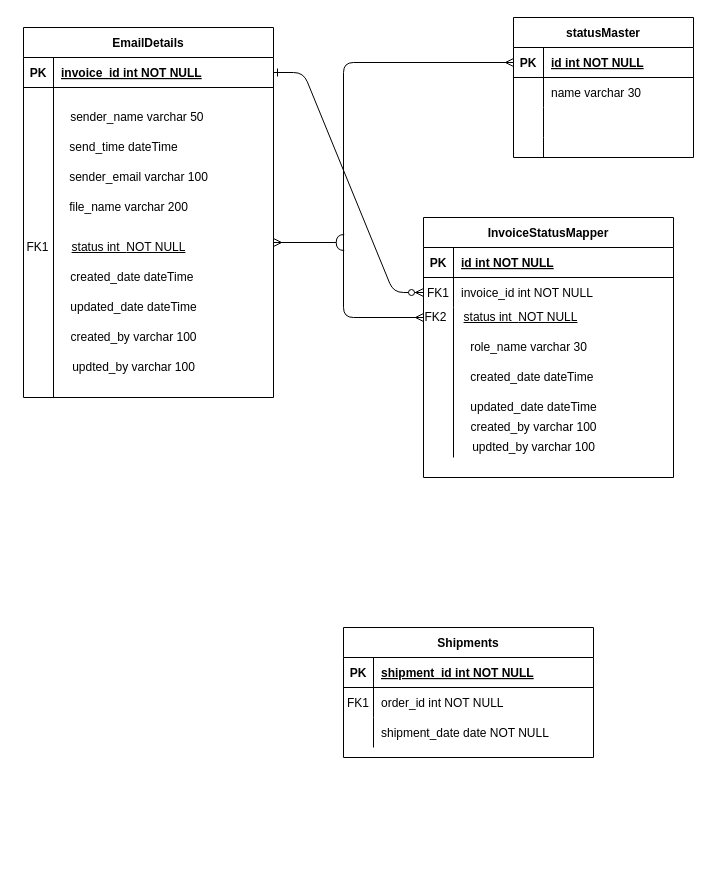
Earlier version of the draw.io diagram Invoice management/Invoice Management Database Architecture.drawio (pratikdimble/Diagram). Source tidied: cells renumbered, new cells numbered last; positions are measured from the earlier drawing's top-left corner, leaving out a move shared by most shapes. Both pictures are drawn from the tidied source at 100%, with x=0, y=0 at pixel (17, 17).
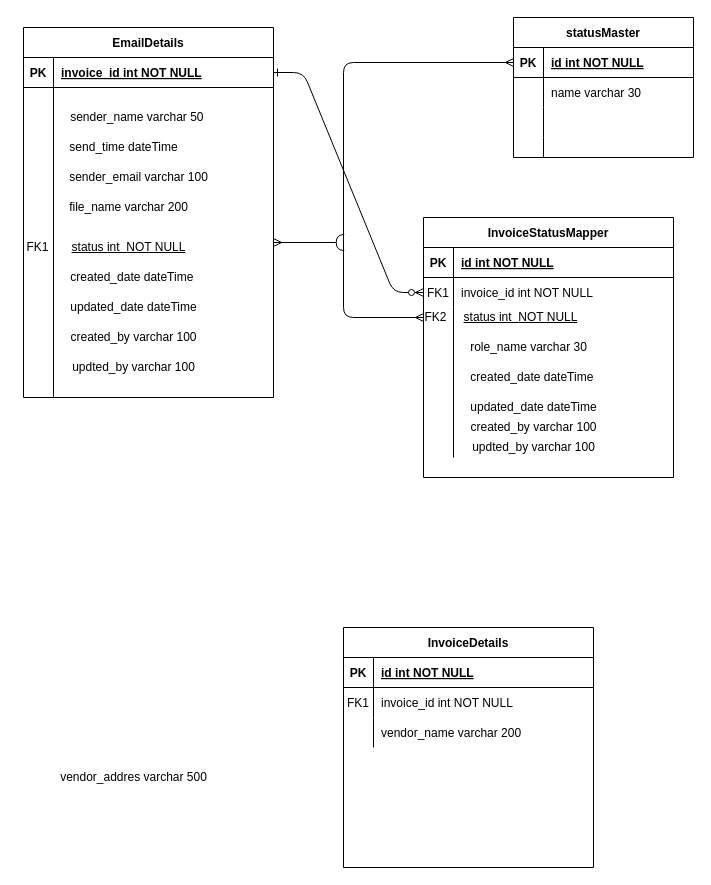
The same diagram, later.

The change refers to these unchanged cells:
```xml
<mxCell id="14" style="shape=partialRectangle;fillColor=none;top=0;left=0;right=0;bottom=1;" parent="13" vertex="1">
  <mxGeometry y="30" width="250" height="30" as="geometry" />
</mxCell>
<mxCell id="17" style="shape=partialRectangle;fillColor=none;top=0;left=0;right=0;bottom=0;" parent="13" vertex="1">
  <mxGeometry y="60" width="250" height="30" as="geometry" />
</mxCell>
<mxCell id="20" style="shape=partialRectangle;fillColor=none;top=0;left=0;right=0;bottom=0;" parent="13" vertex="1">
  <mxGeometry y="90" width="250" height="30" as="geometry" />
</mxCell>
```

What changed in the source:
```diff
@@
-    <mxCell id="13" value="Shipments" style="shape=table;startSize=30;childLayout=tableLayout;rowLines=0;fontStyle=1;align=center;" parent="1" vertex="1">
-      <mxGeometry x="326" y="610" width="250" height="130" as="geometry" />
+    <mxCell id="13" value="InvoiceDetails" style="shape=table;startSize=30;childLayout=tableLayout;rowLines=0;fontStyle=1;align=center;" parent="1" vertex="1">
+      <mxGeometry x="326" y="610" width="250" height="240" as="geometry" />
     </mxCell>
@@
-    <mxCell id="16" value="shipment_id int NOT NULL " style="shape=partialRectangle;overflow=hidden;fillColor=none;top=0;left=0;bottom=0;right=0;align=left;spacingLeft=6;fontStyle=5;" parent="14" vertex="1">
+    <mxCell id="16" value="id int NOT NULL " style="shape=partialRectangle;overflow=hidden;fillColor=none;top=0;left=0;bottom=0;right=0;align=left;spacingLeft=6;fontStyle=5;" parent="14" vertex="1">
       <mxGeometry x="30" width="220" height="30" as="geometry" />
     </mxCell>
@@
-    <mxCell id="19" value="order_id int NOT NULL" style="shape=partialRectangle;overflow=hidden;fillColor=none;top=0;left=0;bottom=0;right=0;align=left;spacingLeft=6;" parent="17" vertex="1">
+    <mxCell id="19" value="invoice_id int NOT NULL" style="shape=partialRectangle;overflow=hidden;fillColor=none;top=0;left=0;bottom=0;right=0;align=left;spacingLeft=6;" parent="17" vertex="1">
       <mxGeometry x="30" width="220" height="30" as="geometry" />
     </mxCell>
@@
-    <mxCell id="22" value="shipment_date date NOT NULL" style="shape=partialRectangle;overflow=hidden;fillColor=none;top=0;left=0;bottom=0;right=0;align=left;spacingLeft=6;" parent="20" vertex="1">
+    <mxCell id="22" value="vendor_name varchar 200" style="shape=partialRectangle;overflow=hidden;fillColor=none;top=0;left=0;bottom=0;right=0;align=left;spacingLeft=6;" parent="20" vertex="1">
       <mxGeometry x="30" width="220" height="30" as="geometry" />
     </mxCell>
@@
+    <mxCell id="62" value="vendor_addres varchar 500" style="text;html=1;align=center;verticalAlign=middle;strokeColor=none;fillColor=none;" parent="1" vertex="1">
+      <mxGeometry x="36" y="750" width="160" height="20" as="geometry" />
+    </mxCell>
```
